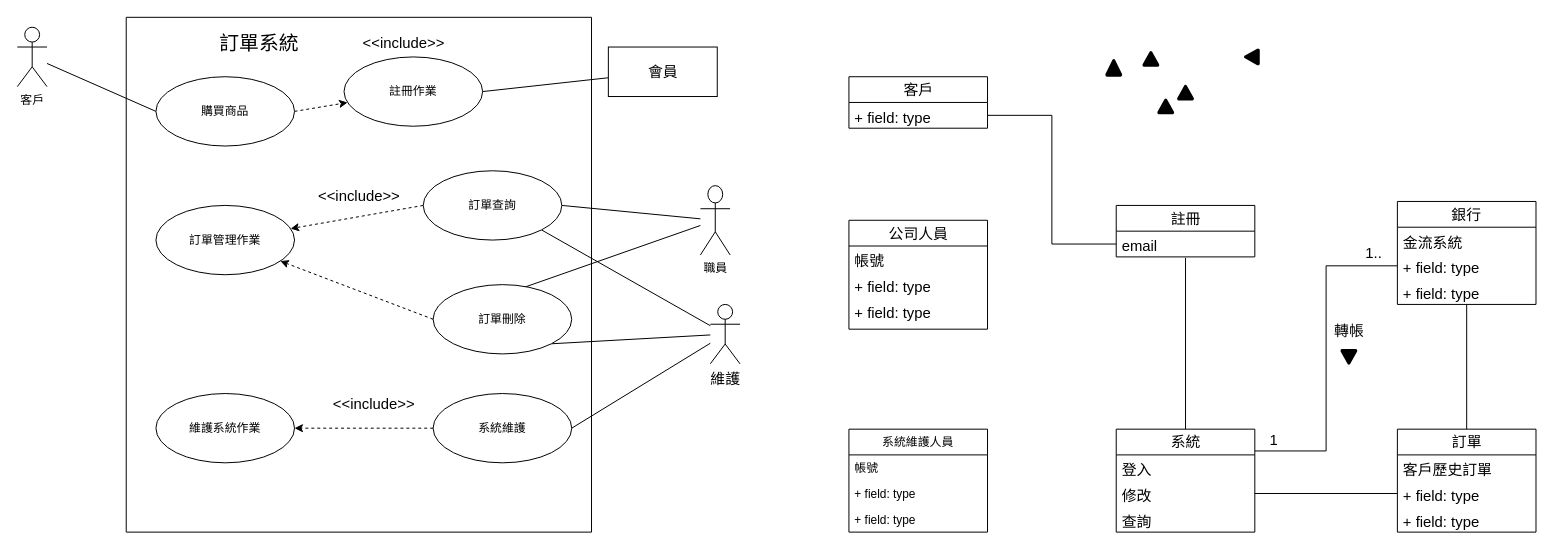
Earlier version of the draw.io diagram page "(b) 小題" (1 of 3) of sample1.drawio (zsxghg/110-2Mid). Source tidied: cells renumbered, new cells numbered last; positions are measured from the earlier drawing's top-left corner, leaving out a move shared by most shapes. Both pictures are drawn from the tidied source at 99%, with x=0, y=0 at pixel (17, 17).
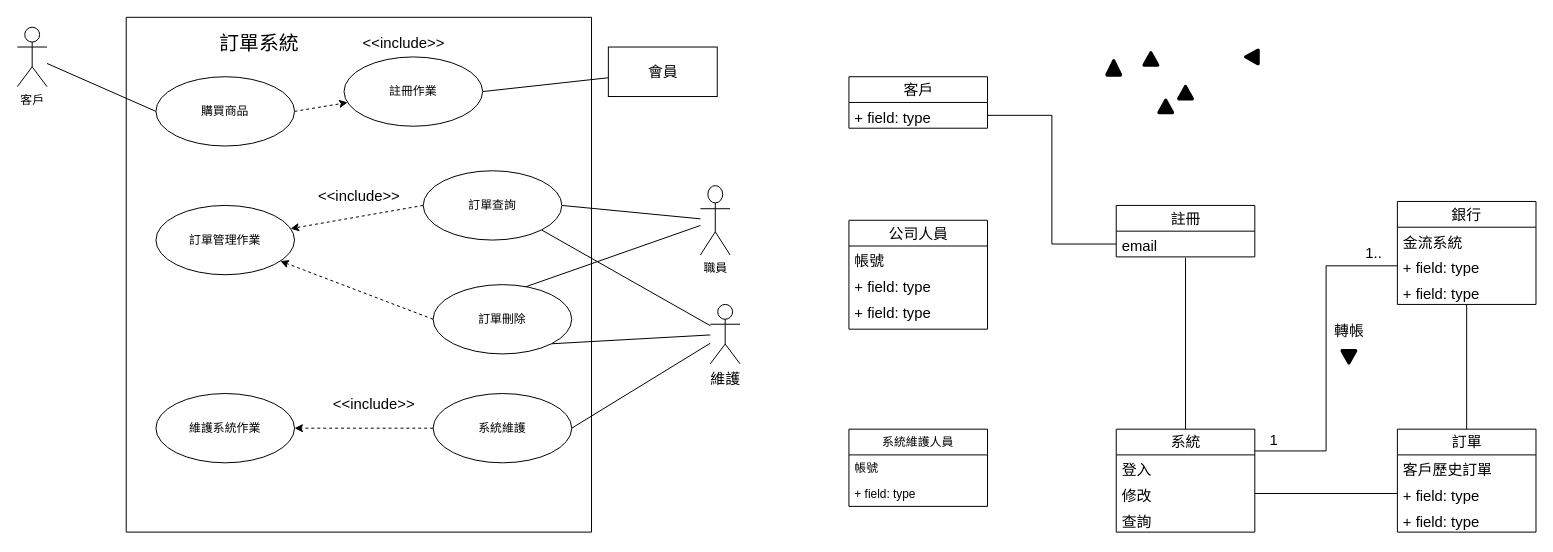
After the change.

The edit, as a diff of the source:
```diff
@@
     <mxCell id="36" value="系統維護人員" style="swimlane;fontStyle=0;horizontal=1;startSize=26;fillColor=none;" parent="1" vertex="1">
-      <mxGeometry x="840" y="416" width="140" height="104" as="geometry" />
+      <mxGeometry x="840" y="416" width="140" height="78" as="geometry" />
     </mxCell>
@@
-    <mxCell id="38" value="+ field: type" style="text;strokeColor=none;fillColor=none;align=left;verticalAlign=top;spacingLeft=4;spacingRight=4;overflow=hidden;" parent="36" vertex="1">
-      <mxGeometry y="52" width="140" height="26" as="geometry" />
-    </mxCell>
     <mxCell id="39" value="+ field: type" style="text;strokeColor=none;fillColor=none;align=left;verticalAlign=top;spacingLeft=4;spacingRight=4;overflow=hidden;" parent="36" vertex="1">
-      <mxGeometry y="78" width="140" height="26" as="geometry" />
+      <mxGeometry y="52" width="140" height="26" as="geometry" />
     </mxCell>
```
